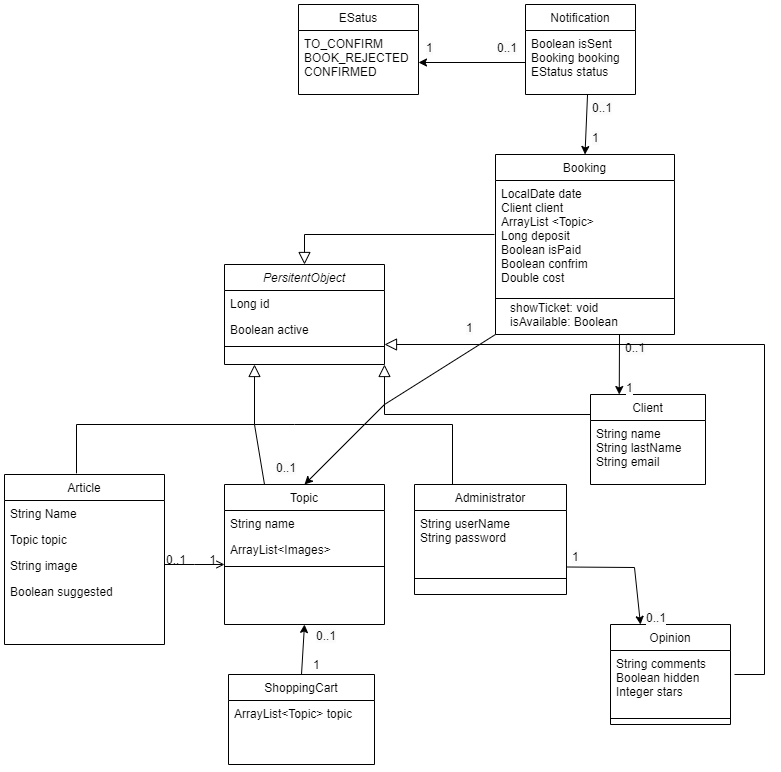
The draw.io diagram UML.png in IribarneAgustin/Festejando-Ando, before a commit. Source tidied: cells renumbered, new cells last; positions are measured from the earlier drawing's top-left corner, leaving out a move shared by most shapes.
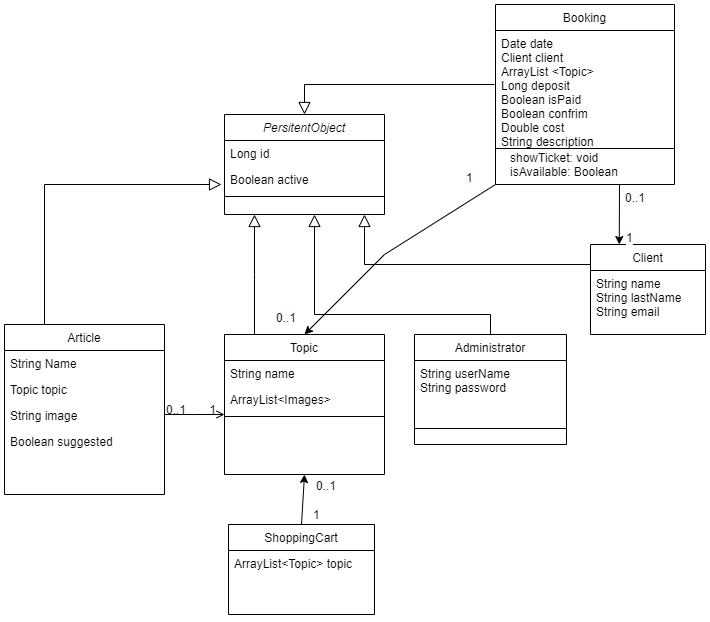
After the commit.

What changed in the source:
```diff
@@ -63,8 +63,9 @@
     <mxCell id="18" style="line;html=1;strokeWidth=1;align=left;verticalAlign=middle;spacingTop=-1;spacingLeft=3;spacingRight=3;labelPosition=right;" parent="15" vertex="1">
       <mxGeometry y="78" width="160" height="8" as="geometry" />
     </mxCell>
-    <mxCell id="19" style="endArrow=block;endSize=10;endFill=0;shadow=0;strokeWidth=1;rounded=0;edgeStyle=elbowEdgeStyle;elbow=vertical;exitX=0.45;exitY=-0.007;exitDx=0;exitDy=0;exitPerimeter=0;" parent="1" edge="1" source="2">
+    <mxCell id="19" style="endArrow=block;endSize=10;endFill=0;shadow=0;strokeWidth=1;rounded=0;edgeStyle=elbowEdgeStyle;elbow=vertical;" parent="1" edge="1">
       <mxGeometry relative="1" as="geometry">
+        <mxPoint x="250" y="480" as="sourcePoint" />
         <mxPoint x="250" y="360" as="targetPoint" />
         <Array as="points">
           <mxPoint x="340" y="420" />
@@ -73,13 +74,6 @@
         </Array>
       </mxGeometry>
     </mxCell>
-    <mxCell id="20" style="edgeStyle=none;rounded=0;jettySize=auto;html=1;exitX=1;exitY=0.75;exitDx=0;exitDy=0;entryX=0.25;entryY=0;entryDx=0;entryDy=0;" parent="1" edge="1" source="21" target="30">
-      <mxGeometry relative="1" as="geometry">
-        <Array as="points">
-          <mxPoint x="630" y="563" />
-        </Array>
-      </mxGeometry>
-    </mxCell>
     <mxCell id="21" value="Administrator" style="swimlane;fontStyle=0;align=center;verticalAlign=top;horizontal=1;startSize=26;rounded=0;shadow=0;strokeWidth=1;" parent="1" vertex="1">
       <mxGeometry x="410" y="480" width="152" height="110" as="geometry" />
     </mxCell>
@@ -89,15 +83,6 @@
     <mxCell id="23" style="line;html=1;strokeWidth=1;align=left;verticalAlign=middle;spacingTop=-1;spacingLeft=3;spacingRight=3;labelPosition=right;" parent="21" vertex="1">
       <mxGeometry y="90" width="152" height="8" as="geometry" />
     </mxCell>
-    <mxCell id="24" style="endArrow=none;html=1;rounded=0;entryX=0.25;entryY=0;entryDx=0;entryDy=0;" parent="1" edge="1" target="21">
-      <mxGeometry relative="1" as="geometry">
-        <mxPoint x="250" y="420" as="sourcePoint" />
-        <Array as="points">
-          <mxPoint x="290" y="420" />
-          <mxPoint x="448" y="420" />
-        </Array>
-      </mxGeometry>
-    </mxCell>
     <mxCell id="25" value="ShoppingCart" style="swimlane;fontStyle=0;align=center;verticalAlign=top;horizontal=1;startSize=26;rounded=0;shadow=0;strokeWidth=1;" parent="1" vertex="1">
       <mxGeometry x="224" y="670" width="146" height="90" as="geometry" />
     </mxCell>
@@ -115,21 +100,6 @@
         <mxPoint x="-93" y="79" as="offset" />
       </mxGeometry>
     </mxCell>
-    <mxCell id="30" value="Opinion" style="swimlane;fontStyle=0;align=center;verticalAlign=top;horizontal=1;startSize=26;rounded=0;shadow=0;strokeWidth=1;" parent="1" vertex="1">
-      <mxGeometry x="606" y="620" width="120" height="100" as="geometry" />
-    </mxCell>
-    <mxCell id="31" value="String comments&#10;Boolean hidden&#10;Integer stars" style="text;align=left;verticalAlign=top;spacingLeft=4;spacingRight=4;overflow=hidden;" parent="30" vertex="1">
-      <mxGeometry y="26" width="120" height="64" as="geometry" />
-    </mxCell>
-    <mxCell id="32" style="line;html=1;strokeWidth=1;align=left;verticalAlign=middle;spacingTop=-1;spacingLeft=3;spacingRight=3;labelPosition=right;" parent="30" vertex="1">
-      <mxGeometry y="90" width="120" height="8" as="geometry" />
-    </mxCell>
-    <mxCell id="33" value="&lt;span style=&quot;color: rgb(0, 0, 0); font-family: Helvetica; font-size: 12px; font-style: normal; font-variant-ligatures: normal; font-variant-caps: normal; font-weight: 400; letter-spacing: normal; orphans: 2; text-align: left; text-indent: 0px; text-transform: none; widows: 2; word-spacing: 0px; -webkit-text-stroke-width: 0px; background-color: rgb(251, 251, 251); text-decoration-thickness: initial; text-decoration-style: initial; text-decoration-color: initial; float: none; display: inline !important;&quot;&gt;1&lt;/span&gt;" style="text;whiteSpace=wrap;html=1;" parent="1" vertex="1">
-      <mxGeometry x="566" y="539" width="20" height="20" as="geometry" />
-    </mxCell>
-    <mxCell id="34" value="&lt;span style=&quot;color: rgb(0, 0, 0); font-family: Helvetica; font-size: 12px; font-style: normal; font-variant-ligatures: normal; font-variant-caps: normal; font-weight: 400; letter-spacing: normal; orphans: 2; text-align: left; text-indent: 0px; text-transform: none; widows: 2; word-spacing: 0px; -webkit-text-stroke-width: 0px; background-color: rgb(251, 251, 251); text-decoration-thickness: initial; text-decoration-style: initial; text-decoration-color: initial; float: none; display: inline !important;&quot;&gt;0..1&lt;/span&gt;" style="text;whiteSpace=wrap;html=1;" parent="1" vertex="1">
-      <mxGeometry x="640" y="600" width="30" height="20" as="geometry" />
-    </mxCell>
     <mxCell id="35" style="edgeStyle=none;rounded=0;jettySize=auto;html=1;entryX=0.25;entryY=0;entryDx=0;entryDy=0;" parent="1" edge="1" target="36">
       <mxGeometry relative="1" as="geometry">
         <mxPoint x="615" y="330" as="sourcePoint" />
@@ -151,7 +121,7 @@
     <mxCell id="39" value="Booking" style="swimlane;fontStyle=0;align=center;verticalAlign=top;horizontal=1;startSize=26;rounded=0;shadow=0;strokeWidth=1;" parent="1" vertex="1">
       <mxGeometry x="491" y="150" width="179" height="180" as="geometry" />
     </mxCell>
-    <mxCell id="40" value="LocalDate date&#10;Client client&#10;ArrayList &lt;Topic&gt;&#10;Long deposit&#10;Boolean isPaid&#10;Boolean confrim&#10;Double cost&#10;&#10;" style="text;align=left;verticalAlign=top;spacingLeft=4;spacingRight=4;overflow=hidden;" parent="39" vertex="1">
+    <mxCell id="40" value="Date date&#10;Client client&#10;ArrayList &lt;Topic&gt;&#10;Long deposit&#10;Boolean isPaid&#10;Boolean confrim&#10;Double cost&#10;String description&#10;" style="text;align=left;verticalAlign=top;spacingLeft=4;spacingRight=4;overflow=hidden;" parent="39" vertex="1">
       <mxGeometry y="26" width="179" height="114" as="geometry" />
     </mxCell>
     <mxCell id="41" style="line;html=1;strokeWidth=1;align=left;verticalAlign=middle;spacingTop=-1;spacingLeft=3;spacingRight=3;labelPosition=right;" parent="39" vertex="1">
@@ -170,12 +140,6 @@
         </Array>
       </mxGeometry>
     </mxCell>
-    <mxCell id="44" value="Notification" style="swimlane;fontStyle=0;align=center;verticalAlign=top;horizontal=1;startSize=26;rounded=0;shadow=0;strokeWidth=1;" parent="1" vertex="1">
-      <mxGeometry x="521" width="110" height="90" as="geometry" />
-    </mxCell>
-    <mxCell id="45" value="Boolean isSent&#10;Booking booking&#10;EStatus status" style="text;align=left;verticalAlign=top;spacingLeft=4;spacingRight=4;overflow=hidden;points=[[0,0.5],[1,0.5]];portConstraint=eastwest;" parent="44" vertex="1">
-      <mxGeometry y="26" width="110" height="64" as="geometry" />
-    </mxCell>
     <mxCell id="46" value="&lt;span style=&quot;color: rgb(0, 0, 0); font-family: Helvetica; font-size: 12px; font-style: normal; font-variant-ligatures: normal; font-variant-caps: normal; font-weight: 400; letter-spacing: normal; orphans: 2; text-align: left; text-indent: 0px; text-transform: none; widows: 2; word-spacing: 0px; -webkit-text-stroke-width: 0px; background-color: rgb(251, 251, 251); text-decoration-thickness: initial; text-decoration-style: initial; text-decoration-color: initial; float: none; display: inline !important;&quot;&gt;1&lt;/span&gt;" style="text;whiteSpace=wrap;html=1;" parent="1" vertex="1">
       <mxGeometry x="460" y="310" width="20" height="20" as="geometry" />
     </mxCell>
@@ -188,56 +152,12 @@
     <mxCell id="49" value="&lt;span style=&quot;color: rgb(0, 0, 0); font-family: Helvetica; font-size: 12px; font-style: normal; font-variant-ligatures: normal; font-variant-caps: normal; font-weight: 400; letter-spacing: normal; orphans: 2; text-align: left; text-indent: 0px; text-transform: none; widows: 2; word-spacing: 0px; -webkit-text-stroke-width: 0px; background-color: rgb(251, 251, 251); text-decoration-thickness: initial; text-decoration-style: initial; text-decoration-color: initial; float: none; display: inline !important;&quot;&gt;0..1&lt;/span&gt;" style="text;whiteSpace=wrap;html=1;" parent="1" vertex="1">
       <mxGeometry x="618.5" y="330" width="50" height="22" as="geometry" />
     </mxCell>
-    <mxCell id="50" style="endArrow=classic;html=1;rounded=0;entryX=0.5;entryY=0;entryDx=0;entryDy=0;exitX=0.564;exitY=1;exitDx=0;exitDy=0;exitPerimeter=0;" parent="1" edge="1" source="45" target="39">
-      <mxGeometry relative="1" as="geometry" />
-    </mxCell>
-    <mxCell id="51" value="ESatus" style="swimlane;fontStyle=0;align=center;verticalAlign=top;horizontal=1;startSize=26;rounded=0;shadow=0;strokeWidth=1;" parent="1" vertex="1">
-      <mxGeometry x="294" width="120" height="90" as="geometry" />
-    </mxCell>
-    <mxCell id="52" value="TO_CONFIRM&#10;BOOK_REJECTED&#10;CONFIRMED" style="text;align=left;verticalAlign=top;spacingLeft=4;spacingRight=4;overflow=hidden;points=[[0,0.5],[1,0.5]];portConstraint=eastwest;" parent="51" vertex="1">
-      <mxGeometry y="26" width="120" height="64" as="geometry" />
-    </mxCell>
-    <mxCell id="53" style="endArrow=classic;html=1;rounded=0;exitX=0;exitY=0.5;exitDx=0;exitDy=0;entryX=1;entryY=0.5;entryDx=0;entryDy=0;" parent="1" edge="1" source="45" target="52">
-      <mxGeometry relative="1" as="geometry" />
-    </mxCell>
-    <mxCell id="54" value="&lt;span style=&quot;color: rgb(0, 0, 0); font-family: Helvetica; font-size: 12px; font-style: normal; font-variant-ligatures: normal; font-variant-caps: normal; font-weight: 400; letter-spacing: normal; orphans: 2; text-align: left; text-indent: 0px; text-transform: none; widows: 2; word-spacing: 0px; -webkit-text-stroke-width: 0px; background-color: rgb(251, 251, 251); text-decoration-thickness: initial; text-decoration-style: initial; text-decoration-color: initial; float: none; display: inline !important;&quot;&gt;1&lt;/span&gt;" style="text;whiteSpace=wrap;html=1;" parent="1" vertex="1">
-      <mxGeometry x="420" y="30" width="20" height="20" as="geometry" />
-    </mxCell>
-    <mxCell id="55" value="&lt;span style=&quot;color: rgb(0, 0, 0); font-family: Helvetica; font-size: 12px; font-style: normal; font-variant-ligatures: normal; font-variant-caps: normal; font-weight: 400; letter-spacing: normal; orphans: 2; text-align: left; text-indent: 0px; text-transform: none; widows: 2; word-spacing: 0px; -webkit-text-stroke-width: 0px; background-color: rgb(251, 251, 251); text-decoration-thickness: initial; text-decoration-style: initial; text-decoration-color: initial; float: none; display: inline !important;&quot;&gt;0..1&lt;/span&gt;" style="text;whiteSpace=wrap;html=1;" parent="1" vertex="1">
-      <mxGeometry x="491" y="30" width="20" height="20" as="geometry" />
-    </mxCell>
-    <mxCell id="56" value="&lt;span style=&quot;color: rgb(0, 0, 0); font-family: Helvetica; font-size: 12px; font-style: normal; font-variant-ligatures: normal; font-variant-caps: normal; font-weight: 400; letter-spacing: normal; orphans: 2; text-align: left; text-indent: 0px; text-transform: none; widows: 2; word-spacing: 0px; -webkit-text-stroke-width: 0px; background-color: rgb(251, 251, 251); text-decoration-thickness: initial; text-decoration-style: initial; text-decoration-color: initial; float: none; display: inline !important;&quot;&gt;0..1&lt;/span&gt;" style="text;whiteSpace=wrap;html=1;" parent="1" vertex="1">
-      <mxGeometry x="586" y="90" width="20" height="20" as="geometry" />
-    </mxCell>
-    <mxCell id="57" value="&lt;span style=&quot;color: rgb(0, 0, 0); font-family: Helvetica; font-size: 12px; font-style: normal; font-variant-ligatures: normal; font-variant-caps: normal; font-weight: 400; letter-spacing: normal; orphans: 2; text-align: left; text-indent: 0px; text-transform: none; widows: 2; word-spacing: 0px; -webkit-text-stroke-width: 0px; background-color: rgb(251, 251, 251); text-decoration-thickness: initial; text-decoration-style: initial; text-decoration-color: initial; float: none; display: inline !important;&quot;&gt;1&lt;/span&gt;" style="text;whiteSpace=wrap;html=1;" parent="1" vertex="1">
-      <mxGeometry x="586" y="120" width="20" height="20" as="geometry" />
-    </mxCell>
-    <mxCell id="58" style="endArrow=block;endSize=10;endFill=0;shadow=0;strokeWidth=1;rounded=0;edgeStyle=elbowEdgeStyle;elbow=vertical;" parent="1" edge="1">
-      <mxGeometry relative="1" as="geometry">
-        <mxPoint x="760" y="670" as="sourcePoint" />
-        <mxPoint x="380" y="340" as="targetPoint" />
-        <Array as="points">
-          <mxPoint x="710" y="340" />
-          <mxPoint x="790" y="440" />
-          <mxPoint x="870" y="452" />
-        </Array>
-      </mxGeometry>
-    </mxCell>
-    <mxCell id="59" style="endArrow=none;html=1;rounded=0;" parent="1" edge="1">
-      <mxGeometry relative="1" as="geometry">
-        <mxPoint x="730" y="670" as="sourcePoint" />
-        <mxPoint x="760" y="670" as="targetPoint" />
-      </mxGeometry>
-    </mxCell>
-    <mxCell id="60" style="endArrow=none;html=1;rounded=0;exitX=0.25;exitY=0;exitDx=0;exitDy=0;" parent="1" edge="1" source="7">
-      <mxGeometry relative="1" as="geometry">
-        <mxPoint x="250" y="420" as="targetPoint" />
-      </mxGeometry>
-    </mxCell>
-    <mxCell id="61" style="endArrow=block;endSize=10;endFill=0;shadow=0;strokeWidth=1;rounded=0;edgeStyle=elbowEdgeStyle;elbow=vertical;entryX=1;entryY=1;entryDx=0;entryDy=0;" parent="1" edge="1" target="15">
+    <mxCell id="61" style="endArrow=block;endSize=10;endFill=0;shadow=0;strokeWidth=1;rounded=0;edgeStyle=elbowEdgeStyle;elbow=vertical;" parent="1" edge="1">
       <mxGeometry relative="1" as="geometry">
         <mxPoint x="586" y="415" as="sourcePoint" />
+        <mxPoint x="360" y="360" as="targetPoint" />
         <Array as="points">
+          <mxPoint x="420" y="410" />
           <mxPoint x="540" y="410" />
           <mxPoint x="350" y="380" />
           <mxPoint x="420" y="400" />
@@ -247,5 +167,29 @@
         </Array>
       </mxGeometry>
     </mxCell>
+    <mxCell id="62" style="endArrow=block;endSize=10;endFill=0;shadow=0;strokeWidth=1;rounded=0;edgeStyle=elbowEdgeStyle;elbow=vertical;exitX=0.5;exitY=0;exitDx=0;exitDy=0;" parent="1" edge="1" source="21">
+      <mxGeometry relative="1" as="geometry">
+        <mxPoint x="310" y="360" as="targetPoint" />
+        <Array as="points">
+          <mxPoint x="350" y="460" />
+          <mxPoint x="330" y="460" />
+          <mxPoint x="354" y="460" />
+          <mxPoint x="370" y="460" />
+          <mxPoint x="343.5" y="400" />
+          <mxPoint x="423.5" y="412" />
+        </Array>
+      </mxGeometry>
+    </mxCell>
+    <mxCell id="63" style="endArrow=block;endSize=10;endFill=0;shadow=0;strokeWidth=1;rounded=0;edgeStyle=elbowEdgeStyle;elbow=vertical;exitX=0.25;exitY=0;exitDx=0;exitDy=0;" parent="1" edge="1" source="2">
+      <mxGeometry relative="1" as="geometry">
+        <mxPoint x="217" y="330" as="targetPoint" />
+        <Array as="points">
+          <mxPoint x="160" y="330" />
+          <mxPoint x="130" y="412" />
+          <mxPoint x="30" y="392" />
+          <mxPoint x="110" y="404" />
+        </Array>
+      </mxGeometry>
+    </mxCell>
   </root>
 </mxGraphModel>
```
